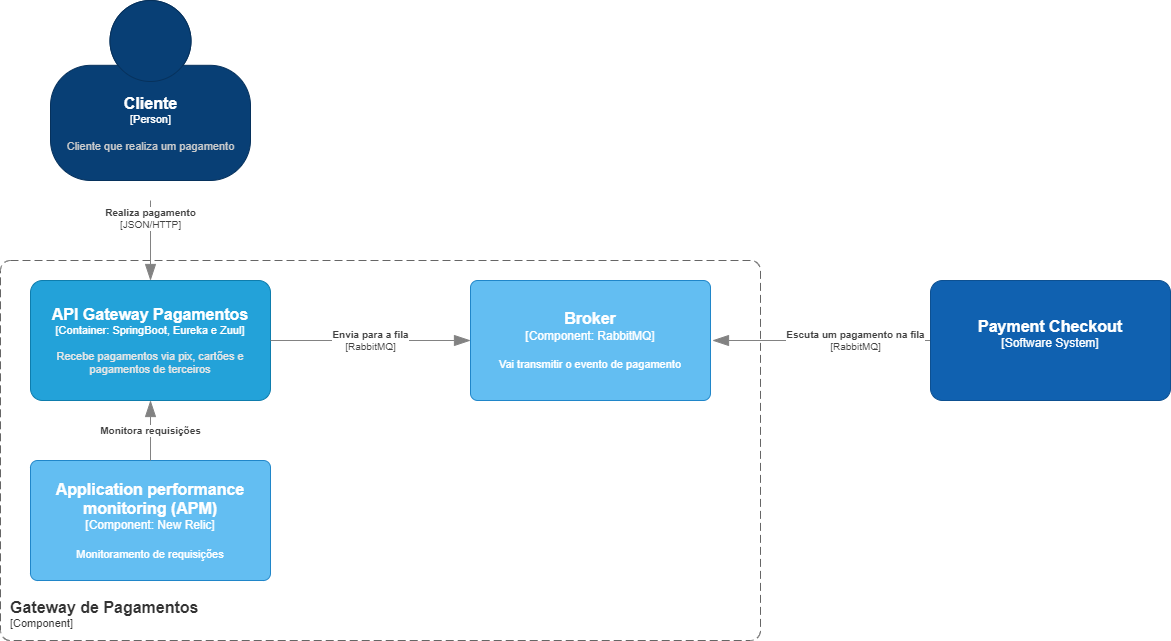
Above: Container Gateway Pagamentos.drawio.png in felipesalvadordev/payment-system-architecture-C4 (draw.io), before the change. Source tidied: cells renumbered, new cells last; positions are measured from the earlier drawing's top-left corner, leaving out a move shared by most shapes.
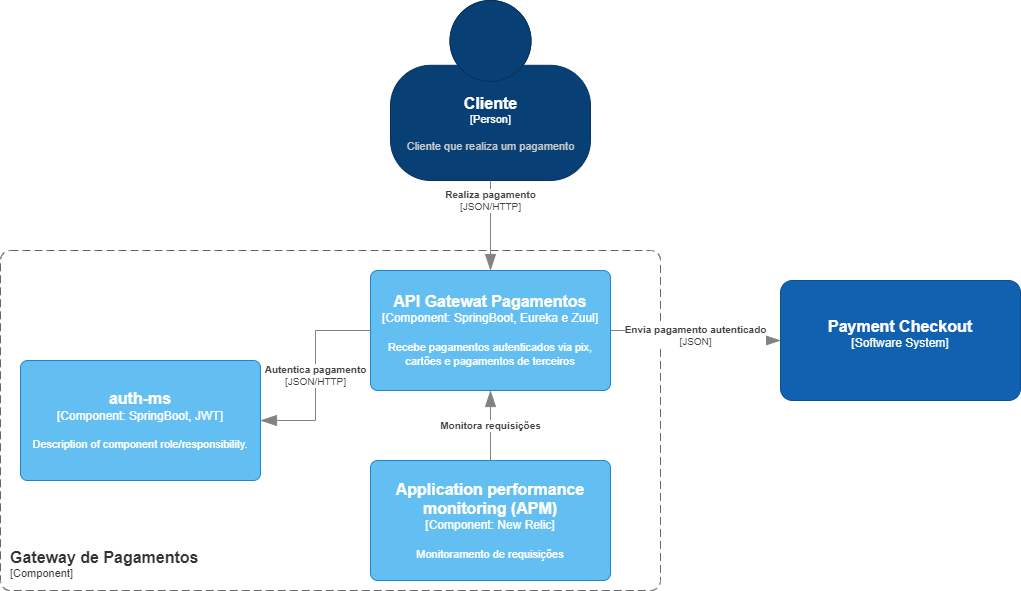
Later version of the same file.

Change to the diagram source:
```diff
@@ -4,61 +4,55 @@
     <mxCell id="1" parent="0" />
     <object id="2" label="&lt;font style=&quot;font-size: 16px&quot;&gt;&lt;b&gt;%c4Name%&lt;/b&gt;&lt;/font&gt;&lt;div&gt;[%c4Type%]&lt;/div&gt;&lt;br&gt;&lt;div&gt;&lt;font style=&quot;font-size: 11px&quot;&gt;&lt;font color=&quot;#cccccc&quot;&gt;%c4Description%&lt;/font&gt;&lt;/div&gt;" c4Description="Cliente que realiza um pagamento" c4Name="Cliente" c4Type="Person" placeholders="1">
       <mxCell style="html=1;fontSize=11;dashed=0;whitespace=wrap;fillColor=#083F75;strokeColor=#06315C;fontColor=#ffffff;shape=mxgraph.c4.person2;align=center;points=[[0.5,0,0],[1,0.5,0],[1,0.75,0],[0.75,1,0],[0.5,1,0],[0.25,1,0],[0,0.75,0],[0,0.5,0]];" parent="1" vertex="1">
-        <mxGeometry x="50" width="200" height="180" as="geometry" />
+        <mxGeometry x="50" y="10" width="200" height="180" as="geometry" />
       </mxCell>
     </object>
-    <object id="3" label="&lt;font style=&quot;font-size: 16px&quot;&gt;&lt;b&gt;%c4Name%&lt;/b&gt;&lt;/font&gt;&lt;div&gt;[%c4Type%: %c4Technology%]&lt;/div&gt;&lt;br&gt;&lt;div&gt;&lt;font style=&quot;font-size: 11px&quot;&gt;&lt;font color=&quot;#E6E6E6&quot;&gt;%c4Description%&lt;/font&gt;&lt;/div&gt;" c4Description="Recebe pagamentos via pix, cartões e pagamentos de terceiros " c4Name="API Gateway Pagamentos" c4Technology="SpringBoot, Eureka e Zuul" c4Type="Container" placeholders="1">
-      <mxCell style="rounded=1;whiteSpace=wrap;html=1;fontSize=11;labelBackgroundColor=none;fillColor=#23A2D9;fontColor=#ffffff;align=center;arcSize=10;strokeColor=#0E7DAD;points=[[0.25,0,0],[0.5,0,0],[0.75,0,0],[1,0.25,0],[1,0.5,0],[1,0.75,0],[0.75,1,0],[0.5,1,0],[0.25,1,0],[0,0.75,0],[0,0.5,0],[0,0.25,0]];" parent="1" vertex="1">
-        <mxGeometry x="30" y="280" width="240" height="120" as="geometry" />
-      </mxCell>
-    </object>
     <object id="4" label="&lt;font style=&quot;font-size: 16px&quot;&gt;&lt;b&gt;&lt;div style=&quot;text-align: left&quot;&gt;%c4Name%&lt;/div&gt;&lt;/b&gt;&lt;/font&gt;&lt;div style=&quot;text-align: left&quot;&gt;[%c4Application%]&lt;/div&gt;" c4Application="Component" c4Name="Gateway de Pagamentos" c4Type="ContainerScopeBoundary" placeholders="1">
       <mxCell style="rounded=1;fontSize=11;whiteSpace=wrap;html=1;dashed=1;arcSize=20;fillColor=none;strokeColor=#666666;fontColor=#333333;labelBackgroundColor=none;align=left;verticalAlign=bottom;labelBorderColor=none;spacingTop=0;spacing=10;dashPattern=8 4;perimeter=rectanglePerimeter;noLabel=0;labelPadding=0;absoluteArcSize=1;" parent="1" vertex="1">
-        <mxGeometry y="260" width="760" height="380" as="geometry" />
+        <mxGeometry x="-340" y="260" width="660" height="340" as="geometry" />
       </mxCell>
     </object>
     <object id="5" label="&lt;div style=&quot;text-align: left&quot;&gt;&lt;div style=&quot;text-align: center&quot;&gt;&lt;b&gt;%c4Description%&lt;/b&gt;&lt;/div&gt;&lt;div style=&quot;text-align: center&quot;&gt;[%c4Technology%]&lt;/div&gt;&lt;/div&gt;" c4Description="Realiza pagamento" c4Technology="JSON/HTTP" c4Type="Relationship" placeholders="1">
-      <mxCell style="endArrow=blockThin;html=1;fontSize=10;fontColor=#404040;strokeWidth=1;endFill=1;strokeColor=#828282;elbow=vertical;endSize=14;startSize=14;jumpStyle=arc;jumpSize=16;rounded=0;edgeStyle=orthogonalEdgeStyle;entryX=0.5;entryY=0;entryDx=0;entryDy=0;entryPerimeter=0;" parent="1" edge="1" target="3">
-        <mxGeometry x="-0.56" relative="1" as="geometry">
-          <mxPoint x="150" y="200" as="sourcePoint" />
-          <Array as="points">
-            <mxPoint x="150" y="210" />
-            <mxPoint x="150" y="210" />
-          </Array>
-        </mxGeometry>
+      <mxCell style="endArrow=blockThin;html=1;fontSize=10;fontColor=#404040;strokeWidth=1;endFill=1;strokeColor=#828282;elbow=vertical;endSize=14;startSize=14;jumpStyle=arc;jumpSize=16;rounded=0;edgeStyle=orthogonalEdgeStyle;entryX=0.5;entryY=0;entryDx=0;entryDy=0;entryPerimeter=0;exitX=0.5;exitY=1;exitDx=0;exitDy=0;exitPerimeter=0;" parent="1" edge="1" source="2" target="12">
+        <mxGeometry x="-0.56" relative="1" as="geometry" />
       </mxCell>
     </object>
-    <object id="6" label="&lt;font style=&quot;font-size: 16px&quot;&gt;&lt;b&gt;%c4Name%&lt;/b&gt;&lt;/font&gt;&lt;div&gt;[%c4Type%: %c4Technology%]&lt;/div&gt;&lt;br&gt;&lt;div&gt;&lt;font style=&quot;font-size: 11px&quot;&gt;%c4Description%&lt;/font&gt;&lt;/div&gt;" c4Description="Vai transmitir o evento de pagamento" c4Name="Broker" c4Technology="RabbitMQ" c4Type="Component" placeholders="1">
-      <mxCell style="rounded=1;whiteSpace=wrap;html=1;labelBackgroundColor=none;fillColor=#63BEF2;fontColor=#ffffff;align=center;arcSize=6;strokeColor=#2086C9;points=[[0.25,0,0],[0.5,0,0],[0.75,0,0],[1,0.25,0],[1,0.5,0],[1,0.75,0],[0.75,1,0],[0.5,1,0],[0.25,1,0],[0,0.75,0],[0,0.5,0],[0,0.25,0]];" parent="1" vertex="1">
-        <mxGeometry x="470" y="280" width="240" height="120" as="geometry" />
-      </mxCell>
-    </object>
-    <object id="7" label="&lt;div style=&quot;text-align: left&quot;&gt;&lt;div style=&quot;text-align: center&quot;&gt;&lt;b&gt;%c4Description%&lt;/b&gt;&lt;/div&gt;&lt;div style=&quot;text-align: center&quot;&gt;[%c4Technology%]&lt;/div&gt;&lt;/div&gt;" c4Description="Envia para a fila" c4Technology="RabbitMQ" c4Type="Relationship" placeholders="1">
-      <mxCell style="endArrow=blockThin;html=1;fontSize=10;fontColor=#404040;strokeWidth=1;endFill=1;strokeColor=#828282;elbow=vertical;endSize=14;startSize=14;jumpStyle=arc;jumpSize=16;rounded=0;edgeStyle=orthogonalEdgeStyle;exitX=1;exitY=0.5;exitDx=0;exitDy=0;exitPerimeter=0;entryX=0;entryY=0.5;entryDx=0;entryDy=0;entryPerimeter=0;" parent="1" edge="1" source="3" target="6">
-        <mxGeometry relative="1" as="geometry" />
+    <object id="7" label="&lt;div style=&quot;text-align: left&quot;&gt;&lt;div style=&quot;text-align: center&quot;&gt;&lt;b&gt;%c4Description%&lt;/b&gt;&lt;/div&gt;&lt;div style=&quot;text-align: center&quot;&gt;[%c4Technology%]&lt;/div&gt;&lt;/div&gt;" c4Description="Envia pagamento autenticado" c4Technology="JSON" c4Type="Relationship" placeholders="1">
+      <mxCell style="endArrow=blockThin;html=1;fontSize=10;fontColor=#404040;strokeWidth=1;endFill=1;strokeColor=#828282;elbow=vertical;endSize=14;startSize=14;jumpStyle=arc;jumpSize=16;rounded=0;edgeStyle=orthogonalEdgeStyle;exitX=1;exitY=0.5;exitDx=0;exitDy=0;exitPerimeter=0;entryX=0;entryY=0.5;entryDx=0;entryDy=0;entryPerimeter=0;" parent="1" edge="1" target="9">
+        <mxGeometry relative="1" as="geometry">
+          <mxPoint x="270" y="340" as="sourcePoint" />
+        </mxGeometry>
       </mxCell>
     </object>
-    <object id="8" label="&lt;div style=&quot;text-align: left&quot;&gt;&lt;div style=&quot;text-align: center&quot;&gt;&lt;b&gt;%c4Description%&lt;/b&gt;&lt;/div&gt;&lt;div style=&quot;text-align: center&quot;&gt;[%c4Technology%]&lt;/div&gt;&lt;/div&gt;" c4Description="Escuta um pagamento na fila" c4Technology="RabbitMQ" c4Type="Relationship" placeholders="1">
-      <mxCell style="endArrow=blockThin;html=1;fontSize=10;fontColor=#404040;strokeWidth=1;endFill=1;strokeColor=#828282;elbow=vertical;endSize=14;startSize=14;jumpStyle=arc;jumpSize=16;rounded=0;edgeStyle=orthogonalEdgeStyle;entryX=1;entryY=0.5;entryDx=0;entryDy=0;entryPerimeter=0;exitX=0;exitY=0.5;exitDx=0;exitDy=0;exitPerimeter=0;" parent="1" edge="1" source="9">
-        <mxGeometry x="-0.31" relative="1" as="geometry">
-          <mxPoint x="712" y="340" as="targetPoint" />
-        </mxGeometry>
-      </mxCell>
-    </object>
     <object id="9" label="&lt;font style=&quot;font-size: 16px&quot;&gt;&lt;b&gt;%c4Name%&lt;/b&gt;&lt;/font&gt;&lt;div&gt;[%c4Type%]&lt;/div&gt;&lt;br&gt;&lt;div&gt;&lt;font style=&quot;font-size: 11px&quot;&gt;&lt;font color=&quot;#cccccc&quot;&gt;%c4Description%&lt;/font&gt;&lt;/div&gt;" c4Description="" c4Name="Payment Checkout" c4Type="Software System" placeholders="1">
       <mxCell style="rounded=1;whiteSpace=wrap;html=1;labelBackgroundColor=none;fillColor=#1061B0;fontColor=#ffffff;align=center;arcSize=10;strokeColor=#0D5091;points=[[0.25,0,0],[0.5,0,0],[0.75,0,0],[1,0.25,0],[1,0.5,0],[1,0.75,0],[0.75,1,0],[0.5,1,0],[0.25,1,0],[0,0.75,0],[0,0.5,0],[0,0.25,0]];" parent="1" vertex="1">
-        <mxGeometry x="930" y="280" width="240" height="120" as="geometry" />
+        <mxGeometry x="440" y="290" width="240" height="120" as="geometry" />
       </mxCell>
     </object>
     <object id="10" label="&lt;font style=&quot;font-size: 16px&quot;&gt;&lt;b&gt;%c4Name%&lt;/b&gt;&lt;/font&gt;&lt;div&gt;[%c4Type%: %c4Technology%]&lt;/div&gt;&lt;br&gt;&lt;div&gt;&lt;font style=&quot;font-size: 11px&quot;&gt;%c4Description%&lt;/font&gt;&lt;/div&gt;" c4Description="Monitoramento de requisições" c4Name="Application performance monitoring (APM)" c4Technology="New Relic" c4Type="Component" placeholders="1">
       <mxCell style="rounded=1;whiteSpace=wrap;html=1;labelBackgroundColor=none;fillColor=#63BEF2;fontColor=#ffffff;align=center;arcSize=6;strokeColor=#2086C9;points=[[0.25,0,0],[0.5,0,0],[0.75,0,0],[1,0.25,0],[1,0.5,0],[1,0.75,0],[0.75,1,0],[0.5,1,0],[0.25,1,0],[0,0.75,0],[0,0.5,0],[0,0.25,0]];" parent="1" vertex="1">
-        <mxGeometry x="30" y="460" width="240" height="120" as="geometry" />
+        <mxGeometry x="30" y="470" width="240" height="120" as="geometry" />
       </mxCell>
     </object>
     <object id="11" label="&lt;div style=&quot;text-align: left&quot;&gt;&lt;div style=&quot;text-align: center&quot;&gt;&lt;b&gt;%c4Description%&lt;/b&gt;&lt;/div&gt;" c4Description="Monitora requisições" c4Type="Relationship" placeholders="1">
-      <mxCell style="endArrow=blockThin;html=1;fontSize=10;fontColor=#404040;strokeWidth=1;endFill=1;strokeColor=#828282;elbow=vertical;endSize=14;startSize=14;jumpStyle=arc;jumpSize=16;rounded=0;edgeStyle=orthogonalEdgeStyle;entryX=0.5;entryY=1;entryDx=0;entryDy=0;entryPerimeter=0;" parent="1" edge="1" source="10" target="3">
+      <mxCell style="endArrow=blockThin;html=1;fontSize=10;fontColor=#404040;strokeWidth=1;endFill=1;strokeColor=#828282;elbow=vertical;endSize=14;startSize=14;jumpStyle=arc;jumpSize=16;rounded=0;edgeStyle=orthogonalEdgeStyle;" parent="1" edge="1" source="10" target="12">
         <mxGeometry relative="1" as="geometry" />
       </mxCell>
     </object>
+    <object id="12" label="&lt;font style=&quot;font-size: 16px&quot;&gt;&lt;b&gt;%c4Name%&lt;/b&gt;&lt;/font&gt;&lt;div&gt;[%c4Type%: %c4Technology%]&lt;/div&gt;&lt;br&gt;&lt;div&gt;&lt;font style=&quot;font-size: 11px&quot;&gt;%c4Description%&lt;/font&gt;&lt;/div&gt;" c4Description="Recebe pagamentos autenticados via pix, cartões e pagamentos de terceiros " c4Name="API Gatewat Pagamentos" c4Technology="SpringBoot, Eureka e Zuul" c4Type="Component" placeholders="1">
+      <mxCell style="rounded=1;whiteSpace=wrap;html=1;labelBackgroundColor=none;fillColor=#63BEF2;fontColor=#ffffff;align=center;arcSize=6;strokeColor=#2086C9;points=[[0.25,0,0],[0.5,0,0],[0.75,0,0],[1,0.25,0],[1,0.5,0],[1,0.75,0],[0.75,1,0],[0.5,1,0],[0.25,1,0],[0,0.75,0],[0,0.5,0],[0,0.25,0]];" parent="1" vertex="1">
+        <mxGeometry x="30" y="280" width="240" height="120" as="geometry" />
+      </mxCell>
+    </object>
+    <object id="13" label="&lt;font style=&quot;font-size: 16px&quot;&gt;&lt;b&gt;%c4Name%&lt;/b&gt;&lt;/font&gt;&lt;div&gt;[%c4Type%: %c4Technology%]&lt;/div&gt;&lt;br&gt;&lt;div&gt;&lt;font style=&quot;font-size: 11px&quot;&gt;%c4Description%&lt;/font&gt;&lt;/div&gt;" c4Description="Description of component role/responsibility." c4Name="auth-ms" c4Technology="SpringBoot, JWT" c4Type="Component" placeholders="1">
+      <mxCell style="rounded=1;whiteSpace=wrap;html=1;labelBackgroundColor=none;fillColor=#63BEF2;fontColor=#ffffff;align=center;arcSize=6;strokeColor=#2086C9;points=[[0.25,0,0],[0.5,0,0],[0.75,0,0],[1,0.25,0],[1,0.5,0],[1,0.75,0],[0.75,1,0],[0.5,1,0],[0.25,1,0],[0,0.75,0],[0,0.5,0],[0,0.25,0]];" parent="1" vertex="1">
+        <mxGeometry x="-320" y="370" width="240" height="120" as="geometry" />
+      </mxCell>
+    </object>
+    <object id="8" label="&lt;div style=&quot;text-align: left&quot;&gt;&lt;div style=&quot;text-align: center&quot;&gt;&lt;b&gt;%c4Description%&lt;/b&gt;&lt;/div&gt;&lt;div style=&quot;text-align: center&quot;&gt;[%c4Technology%]&lt;/div&gt;&lt;/div&gt;" c4Description="Autentica pagamento" c4Technology="JSON/HTTP" c4Type="Relationship" placeholders="1">
+      <mxCell style="endArrow=blockThin;html=1;fontSize=10;fontColor=#404040;strokeWidth=1;endFill=1;strokeColor=#828282;elbow=vertical;endSize=14;startSize=14;jumpStyle=arc;jumpSize=16;rounded=0;edgeStyle=orthogonalEdgeStyle;" parent="1" edge="1" source="12" target="13">
+        <mxGeometry relative="1" as="geometry" />
+      </mxCell>
+    </object>
   </root>
 </mxGraphModel>
```
